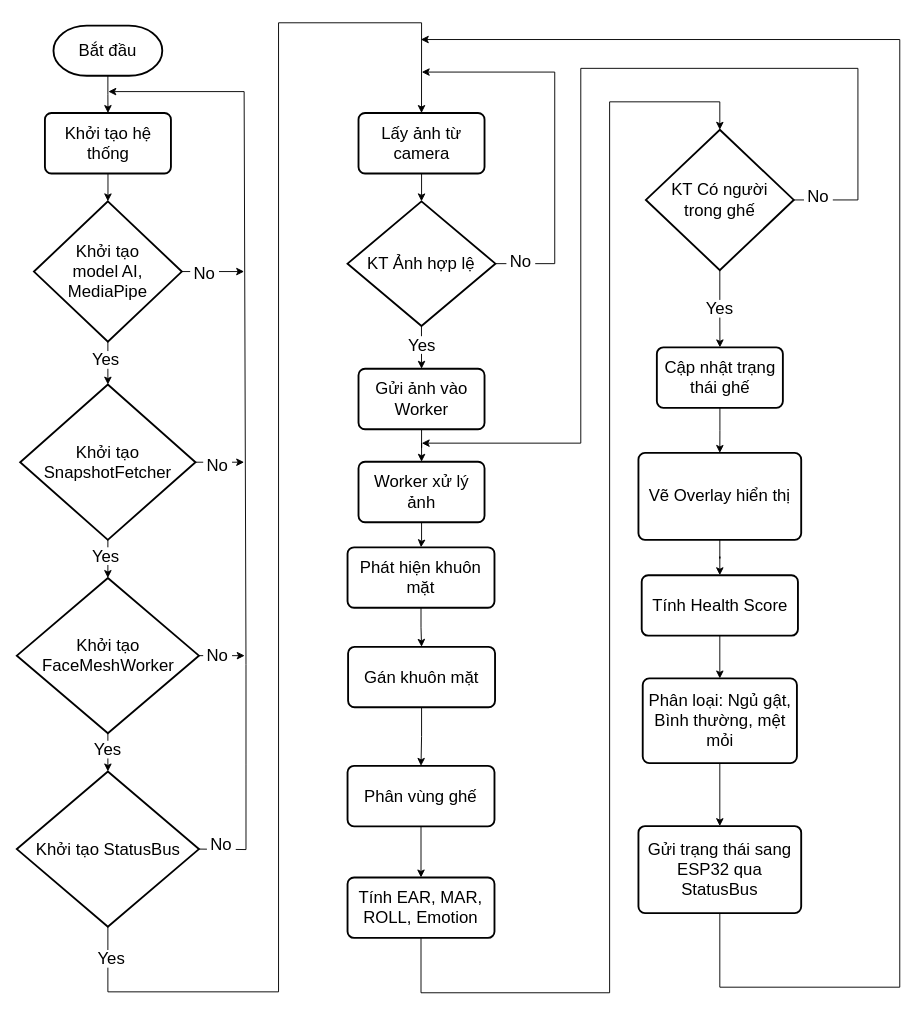
Above: Luu_do_giai_thuat_xulydulieu_camera.drawio in hieuchuai123/DO_AN_TOT_NGHIEP (draw.io), before the change. Source tidied: cells renumbered, new cells numbered last; positions are measured from the earlier drawing's top-left corner, leaving out a move shared by most shapes. Both pictures are drawn from the tidied source at 93%, with x=0, y=0 at pixel (17, 22).
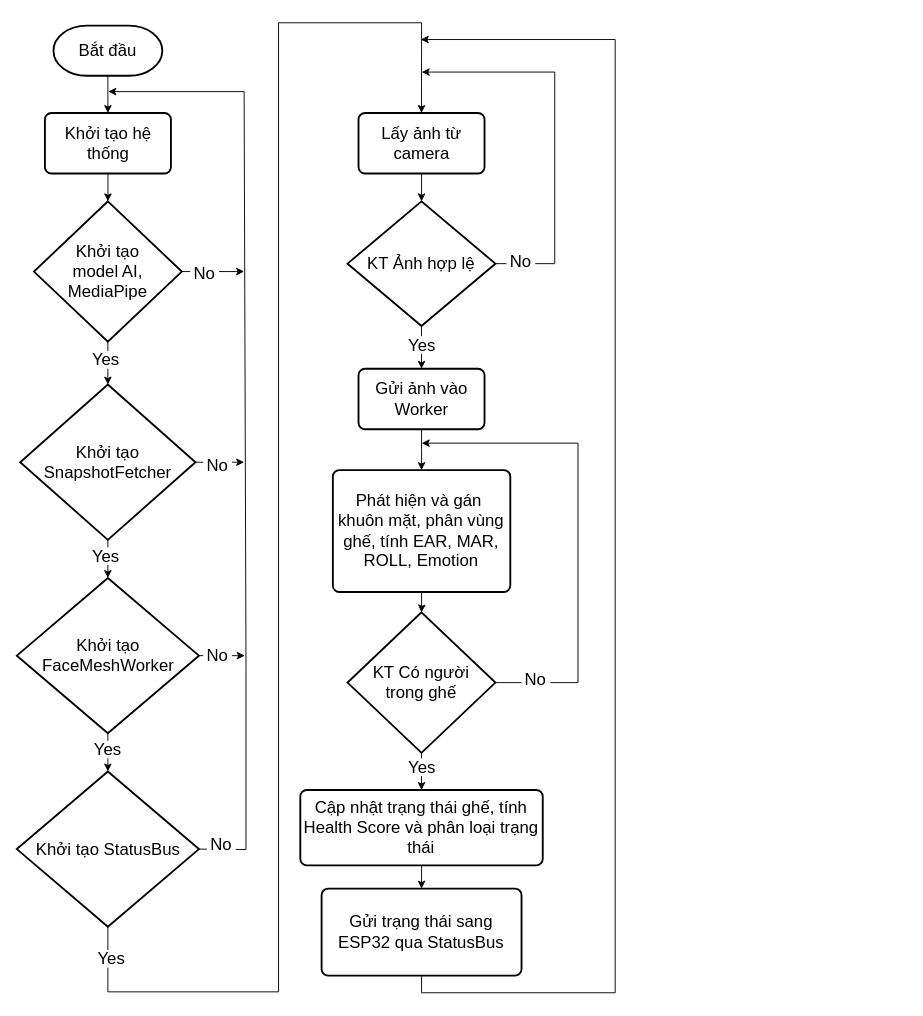
After the change.

Unchanged cells that the change refers to:
```xml
<mxCell id="33" value="Gửi ảnh vào Worker" style="rounded=1;whiteSpace=wrap;html=1;absoluteArcSize=1;arcSize=14;strokeWidth=2;strokeColor=#000000;fontSize=18;fillColor=#FFFFFF;" parent="1" vertex="1">
  <mxGeometry x="367" y="372" width="135.5" height="65" as="geometry" />
</mxCell>
```

Diff of the diagram source:
```diff
@@
-    <mxCell id="32" style="edgeStyle=orthogonalEdgeStyle;rounded=0;jettySize=auto;html=1;fontSize=14;" parent="1" edge="1" source="33" target="35">
+    <mxCell id="32" style="edgeStyle=orthogonalEdgeStyle;rounded=0;jettySize=auto;html=1;fontSize=14;entryX=0.5;entryY=0;entryDx=0;entryDy=0;" parent="1" edge="1" source="33" target="37">
       <mxGeometry relative="1" as="geometry" />
     </mxCell>
@@
-    <mxCell id="34" style="edgeStyle=orthogonalEdgeStyle;rounded=0;jettySize=auto;html=1;fontSize=14;" parent="1" edge="1" source="35" target="37">
-      <mxGeometry relative="1" as="geometry" />
-    </mxCell>
-    <mxCell id="35" value="Worker xử lý ảnh" style="rounded=1;whiteSpace=wrap;html=1;absoluteArcSize=1;arcSize=14;strokeWidth=2;strokeColor=#000000;fontSize=18;fillColor=#FFFFFF;" parent="1" vertex="1">
-      <mxGeometry x="367" y="472" width="135.5" height="65" as="geometry" />
-    </mxCell>
-    <mxCell id="36" style="edgeStyle=orthogonalEdgeStyle;rounded=0;jettySize=auto;html=1;fontSize=14;" parent="1" edge="1" source="37" target="41">
-      <mxGeometry relative="1" as="geometry" />
-    </mxCell>
+    <mxCell id="61" style="edgeStyle=orthogonalEdgeStyle;rounded=0;jettySize=auto;html=1;" parent="1" edge="1" source="37" target="56">
+      <mxGeometry relative="1" as="geometry" />
+    </mxCell>
-    <mxCell id="37" value="Phát hiện khuôn mặt" style="rounded=1;whiteSpace=wrap;html=1;absoluteArcSize=1;arcSize=14;strokeWidth=2;strokeColor=#000000;fontSize=18;fillColor=#FFFFFF;" parent="1" vertex="1">
-      <mxGeometry x="355.2" y="564" width="158" height="65" as="geometry" />
+    <mxCell id="37" value="Phát hiện và gán&amp;nbsp; khuôn mặt, phân vùng ghế, tính EAR, MAR, ROLL, Emotion" style="rounded=1;whiteSpace=wrap;html=1;absoluteArcSize=1;arcSize=14;strokeWidth=2;strokeColor=#000000;fontSize=18;fillColor=#FFFFFF;" parent="1" vertex="1">
+      <mxGeometry x="339.4" y="481" width="190.8" height="131" as="geometry" />
     </mxCell>
@@
-    <mxCell id="40" style="edgeStyle=orthogonalEdgeStyle;rounded=0;jettySize=auto;html=1;fontSize=14;" parent="1" edge="1" source="41" target="53">
-      <mxGeometry relative="1" as="geometry" />
-    </mxCell>
-    <mxCell id="41" value="Gán khuôn mặt" style="rounded=1;whiteSpace=wrap;html=1;absoluteArcSize=1;arcSize=14;strokeWidth=2;strokeColor=#000000;fontSize=18;fillColor=#FFFFFF;" parent="1" vertex="1">
-      <mxGeometry x="355.8" y="671" width="158" height="65" as="geometry" />
-    </mxCell>
-    <mxCell id="42" style="edgeStyle=orthogonalEdgeStyle;rounded=0;jettySize=auto;html=1;entryX=0.5;entryY=0;entryDx=0;entryDy=0;entryPerimeter=0;" parent="1" edge="1" source="43" target="56">
-      <mxGeometry relative="1" as="geometry">
-        <Array as="points">
-          <mxPoint x="434" y="1043" />
-          <mxPoint x="637" y="1043" />
-          <mxPoint x="637" y="85" />
-          <mxPoint x="756" y="85" />
-        </Array>
-      </mxGeometry>
-    </mxCell>
-    <mxCell id="43" value="Tính EAR, MAR, ROLL, Emotion" style="rounded=1;whiteSpace=wrap;html=1;absoluteArcSize=1;arcSize=14;strokeWidth=2;strokeColor=#000000;fontSize=18;fillColor=#FFFFFF;" parent="1" vertex="1">
-      <mxGeometry x="355.2" y="919" width="158" height="65" as="geometry" />
-    </mxCell>
-    <mxCell id="44" style="edgeStyle=orthogonalEdgeStyle;rounded=0;jettySize=auto;html=1;fontSize=14;" parent="1" edge="1" source="45" target="49">
-      <mxGeometry relative="1" as="geometry" />
-    </mxCell>
-    <mxCell id="45" value="Phân loại: Ngủ gật, Bình thường, mệt mỏi" style="rounded=1;whiteSpace=wrap;html=1;absoluteArcSize=1;arcSize=14;strokeWidth=2;strokeColor=#000000;fontSize=18;fillColor=#FFFFFF;" parent="1" vertex="1">
-      <mxGeometry x="672.6" y="705" width="165.8" height="91" as="geometry" />
-    </mxCell>
-    <mxCell id="46" style="edgeStyle=orthogonalEdgeStyle;rounded=0;jettySize=auto;html=1;fontSize=14;" parent="1" edge="1" source="47" target="45">
-      <mxGeometry relative="1" as="geometry" />
-    </mxCell>
+    <mxCell id="62" style="edgeStyle=orthogonalEdgeStyle;rounded=0;jettySize=auto;html=1;" parent="1" edge="1" source="47" target="49">
+      <mxGeometry relative="1" as="geometry" />
+    </mxCell>
-    <mxCell id="47" value="Tính Health Score" style="rounded=1;whiteSpace=wrap;html=1;absoluteArcSize=1;arcSize=14;strokeWidth=2;strokeColor=#000000;fontSize=18;fillColor=#FFFFFF;" parent="1" vertex="1">
-      <mxGeometry x="671.5" y="594" width="168" height="65" as="geometry" />
+    <mxCell id="47" value="Cập nhật trạng thái ghế, tính Health Score và phân loại trạng thái" style="rounded=1;whiteSpace=wrap;html=1;absoluteArcSize=1;arcSize=14;strokeWidth=2;strokeColor=#000000;fontSize=18;fillColor=#FFFFFF;" parent="1" vertex="1">
+      <mxGeometry x="304.4" y="825" width="260.7" height="81" as="geometry" />
     </mxCell>
     <mxCell id="48" style="edgeStyle=orthogonalEdgeStyle;rounded=0;jettySize=auto;html=1;" parent="1" edge="1" source="49">
       <mxGeometry relative="1" as="geometry">
         <mxPoint x="434" y="18" as="targetPoint" />
         <Array as="points">
-          <mxPoint x="756" y="1037" />
-          <mxPoint x="949" y="1037" />
-          <mxPoint x="949" y="18" />
+          <mxPoint x="435" y="1043" />
+          <mxPoint x="643" y="1043" />
+          <mxPoint x="643" y="18" />
         </Array>
       </mxGeometry>
     </mxCell>
     <mxCell id="49" value="Gửi trạng thái sang ESP32 qua StatusBus" style="rounded=1;whiteSpace=wrap;html=1;absoluteArcSize=1;arcSize=14;strokeWidth=2;strokeColor=#000000;fontSize=18;fillColor=#FFFFFF;" parent="1" vertex="1">
-      <mxGeometry x="668" y="863.8" width="175" height="93.5" as="geometry" />
+      <mxGeometry x="327.3" y="931" width="215" height="93.5" as="geometry" />
     </mxCell>
-    <mxCell id="50" style="edgeStyle=orthogonalEdgeStyle;rounded=0;jettySize=auto;html=1;" parent="1" edge="1" source="51" target="47">
-      <mxGeometry relative="1" as="geometry" />
-    </mxCell>
-    <mxCell id="51" value="Vẽ Overlay hiển thị" style="rounded=1;whiteSpace=wrap;html=1;absoluteArcSize=1;arcSize=14;strokeWidth=2;strokeColor=#000000;fontSize=18;fillColor=#FFFFFF;" parent="1" vertex="1">
-      <mxGeometry x="668" y="462.5" width="175" height="93.5" as="geometry" />
-    </mxCell>
-    <mxCell id="52" style="edgeStyle=orthogonalEdgeStyle;rounded=0;jettySize=auto;html=1;fontSize=14;" parent="1" edge="1" source="53" target="43">
-      <mxGeometry relative="1" as="geometry" />
-    </mxCell>
-    <mxCell id="53" value="Phân vùng ghế" style="rounded=1;whiteSpace=wrap;html=1;absoluteArcSize=1;arcSize=14;strokeWidth=2;strokeColor=#000000;fontSize=18;fillColor=#FFFFFF;" parent="1" vertex="1">
-      <mxGeometry x="355.2" y="799" width="158" height="65" as="geometry" />
-    </mxCell>
     <mxCell id="54" style="edgeStyle=orthogonalEdgeStyle;rounded=0;jettySize=auto;html=1;fontSize=14;exitX=1;exitY=0.5;exitDx=0;exitDy=0;exitPerimeter=0;" parent="1" edge="1" source="56">
       <mxGeometry relative="1" as="geometry">
         <mxPoint x="435" y="452" as="targetPoint" />
         <Array as="points">
-          <mxPoint x="904" y="191" />
-          <mxPoint x="904" y="49" />
-          <mxPoint x="606" y="49" />
-          <mxPoint x="606" y="452" />
+          <mxPoint x="603" y="710" />
+          <mxPoint x="603" y="452" />
         </Array>
       </mxGeometry>
     </mxCell>
-    <mxCell id="55" style="edgeStyle=orthogonalEdgeStyle;rounded=0;jettySize=auto;html=1;fontSize=14;" parent="1" edge="1" source="56" target="60">
-      <mxGeometry relative="1" as="geometry" />
-    </mxCell>
+    <mxCell id="63" style="edgeStyle=orthogonalEdgeStyle;rounded=0;jettySize=auto;html=1;" parent="1" edge="1" source="56" target="47">
+      <mxGeometry relative="1" as="geometry" />
+    </mxCell>
     <mxCell id="56" value="KT Có người &lt;br&gt;trong ghế" style="strokeWidth=2;html=1;shape=mxgraph.flowchart.decision;whiteSpace=wrap;strokeColor=#000000;fontSize=18;fillColor=#FFFFFF;" parent="1" vertex="1">
-      <mxGeometry x="676" y="115" width="159" height="151" as="geometry" />
+      <mxGeometry x="355.2" y="634" width="159" height="151" as="geometry" />
     </mxCell>
+    <mxCell id="58" value="No" style="text;html=1;strokeColor=none;fillColor=#FFFFFF;align=center;verticalAlign=middle;whiteSpace=wrap;rounded=0;fontSize=18;" parent="1" vertex="1">
+      <mxGeometry x="542.3" y="697" width="31" height="19" as="geometry" />
+    </mxCell>
     <mxCell id="57" value="Yes" style="text;html=1;strokeColor=none;fillColor=#FFFFFF;align=center;verticalAlign=middle;whiteSpace=wrap;rounded=0;fontSize=18;" parent="1" vertex="1">
-      <mxGeometry x="729.2" y="298" width="52.5" height="19" as="geometry" />
+      <mxGeometry x="408.5" y="791" width="52.5" height="19" as="geometry" />
     </mxCell>
-    <mxCell id="58" value="No" style="text;html=1;strokeColor=none;fillColor=#FFFFFF;align=center;verticalAlign=middle;whiteSpace=wrap;rounded=0;fontSize=18;" parent="1" vertex="1">
-      <mxGeometry x="846" y="177" width="31" height="19" as="geometry" />
-    </mxCell>
-    <mxCell id="59" style="edgeStyle=orthogonalEdgeStyle;rounded=0;jettySize=auto;html=1;" parent="1" edge="1" source="60" target="51">
-      <mxGeometry relative="1" as="geometry" />
-    </mxCell>
-    <mxCell id="60" value="Cập nhật trạng thái ghế" style="rounded=1;whiteSpace=wrap;html=1;absoluteArcSize=1;arcSize=14;strokeWidth=2;strokeColor=#000000;fontSize=18;fillColor=#FFFFFF;" parent="1" vertex="1">
-      <mxGeometry x="687.8" y="349" width="135.5" height="65" as="geometry" />
-    </mxCell>
```
